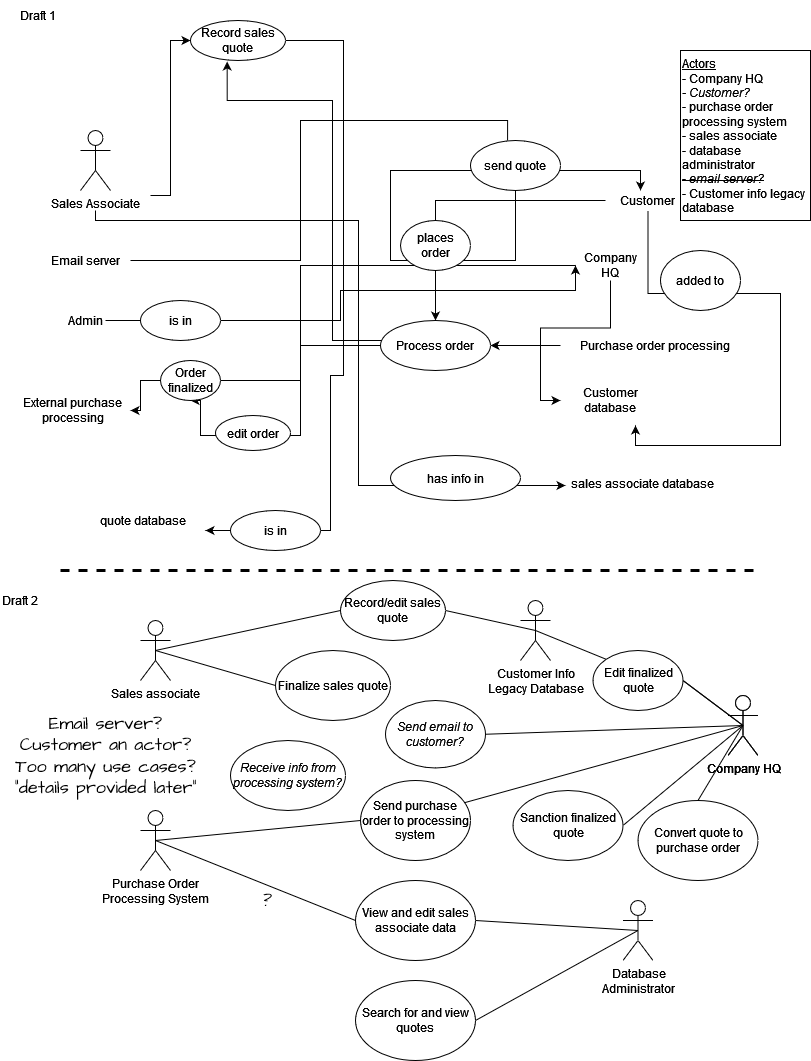
This is Case use Ojas version.drawio.png from ojsi/CSCI467-project, a draw.io export, as it was before one commit. Source tidied: cells renumbered, new cells last; positions are measured from the earlier drawing's top-left corner, leaving out a move shared by most shapes.
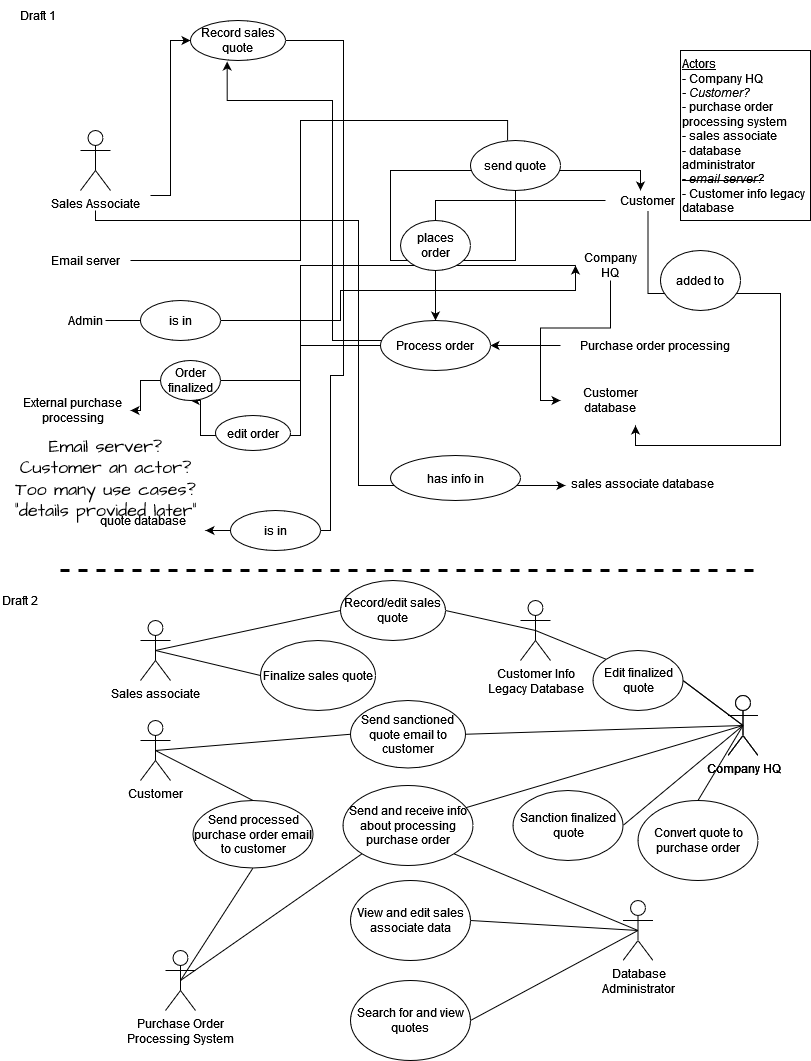
The same file after the commit.

Commit message:
10/5/21 revision of use case model (after office hours call)

The edit, as a diff of the source:
```diff
@@ -183,7 +183,7 @@
       <mxGeometry x="727.5" y="695" width="30" height="60" as="geometry" />
     </mxCell>
     <mxCell id="45" value="&lt;div&gt;Purchase Order&lt;/div&gt;&lt;div&gt;Processing System&lt;br&gt;&lt;/div&gt;" style="shape=umlActor;verticalLabelPosition=bottom;verticalAlign=top;html=1;outlineConnect=0;hachureGap=4;" parent="1" vertex="1">
-      <mxGeometry x="140" y="810" width="30" height="60" as="geometry" />
+      <mxGeometry x="165" y="950" width="30" height="60" as="geometry" />
     </mxCell>
     <mxCell id="46" style="edgeStyle=none;curved=1;rounded=0;jettySize=auto;html=1;exitX=0.5;exitY=0.5;exitDx=0;exitDy=0;exitPerimeter=0;entryX=1;entryY=0.5;entryDx=0;entryDy=0;endArrow=none;endFill=0;startSize=14;endSize=14;sourcePerimeterSpacing=8;targetPerimeterSpacing=8;strokeWidth=1;" parent="1" edge="1" source="47" target="48">
       <mxGeometry relative="1" as="geometry" />
@@ -198,7 +198,7 @@
       <mxGeometry relative="1" as="geometry" />
     </mxCell>
     <mxCell id="50" value="&lt;div&gt;Finalize sales quote&lt;/div&gt;" style="ellipse;whiteSpace=wrap;html=1;hachureGap=4;align=center;verticalAlign=middle;" parent="1" vertex="1">
-      <mxGeometry x="275" y="650" width="115" height="70" as="geometry" />
+      <mxGeometry x="260" y="640" width="115" height="70" as="geometry" />
     </mxCell>
     <mxCell id="51" value="Sanction finalized quote" style="ellipse;whiteSpace=wrap;html=1;hachureGap=4;" parent="1" vertex="1">
       <mxGeometry x="512.5" y="790" width="110" height="70" as="geometry" />
@@ -217,26 +217,23 @@
     <mxCell id="55" style="endArrow=none;html=1;startSize=14;endSize=14;sourcePerimeterSpacing=8;targetPerimeterSpacing=8;exitX=0.5;exitY=0;exitDx=0;exitDy=0;entryX=0.5;entryY=0.5;entryDx=0;entryDy=0;entryPerimeter=0;" parent="1" edge="1" source="54" target="64">
       <mxGeometry relative="1" as="geometry" />
     </mxCell>
-    <mxCell id="56" value="Send email to customer?" style="ellipse;whiteSpace=wrap;html=1;hachureGap=4;fontStyle=2;" parent="1" vertex="1">
-      <mxGeometry x="385" y="700" width="100" height="67.5" as="geometry" />
+    <mxCell id="56" value="Send sanctioned quote email to customer" style="ellipse;whiteSpace=wrap;html=1;hachureGap=4;fontStyle=0;" parent="1" vertex="1">
+      <mxGeometry x="350" y="700" width="115" height="67.5" as="geometry" />
     </mxCell>
-    <mxCell id="57" style="edgeStyle=none;curved=1;rounded=0;jettySize=auto;html=1;exitX=0;exitY=0.5;exitDx=0;exitDy=0;entryX=0.5;entryY=0.5;entryDx=0;entryDy=0;entryPerimeter=0;endArrow=none;endFill=0;startSize=14;endSize=14;sourcePerimeterSpacing=8;targetPerimeterSpacing=8;strokeWidth=1;" parent="1" edge="1" source="58" target="45">
+    <mxCell id="57" style="edgeStyle=none;curved=1;rounded=0;jettySize=auto;html=1;exitX=0;exitY=1;exitDx=0;exitDy=0;endArrow=none;endFill=0;startSize=14;endSize=14;sourcePerimeterSpacing=8;targetPerimeterSpacing=8;strokeWidth=1;entryX=0.5;entryY=0.5;entryDx=0;entryDy=0;entryPerimeter=0;" parent="1" edge="1" source="58" target="45">
       <mxGeometry relative="1" as="geometry" />
     </mxCell>
-    <mxCell id="58" value="Send purchase order to processing system" style="ellipse;whiteSpace=wrap;html=1;hachureGap=4;align=center;verticalAlign=middle;fontStyle=0;" parent="1" vertex="1">
-      <mxGeometry x="360" y="780" width="110" height="80" as="geometry" />
+    <mxCell id="58" value="Send and receive info about processing purchase order" style="ellipse;whiteSpace=wrap;html=1;hachureGap=4;align=center;verticalAlign=middle;fontStyle=0;" parent="1" vertex="1">
+      <mxGeometry x="342.5" y="785" width="130" height="80" as="geometry" />
     </mxCell>
     <mxCell id="59" value="View and edit sales associate data" style="ellipse;whiteSpace=wrap;html=1;hachureGap=4;" parent="1" vertex="1">
-      <mxGeometry x="355" y="880" width="120" height="80" as="geometry" />
+      <mxGeometry x="350" y="880" width="120" height="80" as="geometry" />
     </mxCell>
-    <mxCell id="60" style="endArrow=none;html=1;startSize=14;endSize=14;sourcePerimeterSpacing=8;targetPerimeterSpacing=8;entryX=0.5;entryY=0.5;entryDx=0;entryDy=0;entryPerimeter=0;exitX=0;exitY=0.5;exitDx=0;exitDy=0;" parent="1" edge="1" source="59" target="45">
-      <mxGeometry relative="1" as="geometry" />
-    </mxCell>
     <mxCell id="61" style="endArrow=none;html=1;startSize=14;endSize=14;sourcePerimeterSpacing=8;targetPerimeterSpacing=8;exitX=0.5;exitY=0.5;exitDx=0;exitDy=0;exitPerimeter=0;entryX=1;entryY=0.5;entryDx=0;entryDy=0;" parent="1" edge="1" source="42" target="59">
       <mxGeometry relative="1" as="geometry" />
     </mxCell>
     <mxCell id="62" value="Search for and view quotes" style="ellipse;whiteSpace=wrap;html=1;hachureGap=4;" parent="1" vertex="1">
-      <mxGeometry x="355" y="980" width="120" height="80" as="geometry" />
+      <mxGeometry x="350" y="980" width="120" height="80" as="geometry" />
     </mxCell>
     <mxCell id="63" style="endArrow=none;html=1;startSize=14;endSize=14;sourcePerimeterSpacing=8;targetPerimeterSpacing=8;exitX=0.5;exitY=0.5;exitDx=0;exitDy=0;exitPerimeter=0;entryX=1;entryY=0.5;entryDx=0;entryDy=0;" parent="1" edge="1" source="42" target="62">
       <mxGeometry relative="1" as="geometry" />
@@ -262,14 +259,26 @@
     <mxCell id="70" style="endArrow=none;html=1;startSize=14;endSize=14;sourcePerimeterSpacing=8;targetPerimeterSpacing=8;entryX=0.5;entryY=0.5;entryDx=0;entryDy=0;entryPerimeter=0;exitX=1;exitY=0.5;exitDx=0;exitDy=0;" parent="1" edge="1" source="56" target="64">
       <mxGeometry relative="1" as="geometry" />
     </mxCell>
-    <mxCell id="71" value="Receive info from processing system?" style="ellipse;whiteSpace=wrap;html=1;hachureGap=4;align=center;verticalAlign=middle;fontStyle=2;" parent="1" vertex="1">
-      <mxGeometry x="230" y="740" width="115" height="70" as="geometry" />
-    </mxCell>
-    <mxCell id="72" value="?" style="text;html=1;strokeColor=none;fillColor=none;align=center;verticalAlign=middle;whiteSpace=wrap;rounded=0;sketch=1;hachureGap=4;fontFamily=Architects Daughter;fontSource=https%3A%2F%2Ffonts.googleapis.com%2Fcss%3Ffamily%3DArchitects%2BDaughter;fontSize=18;fontStyle=2;" parent="1" vertex="1">
-      <mxGeometry x="245" y="890" width="40" height="20" as="geometry" />
-    </mxCell>
     <mxCell id="73" value="&lt;div&gt;Email server?&lt;/div&gt;&lt;div&gt;Customer an actor?&lt;/div&gt;&lt;div&gt;Too many use cases?&lt;br&gt;&lt;/div&gt;&lt;div&gt;&quot;details provided later&quot;&lt;br&gt;&lt;/div&gt;" style="text;html=1;align=center;verticalAlign=middle;strokeColor=none;sketch=1;hachureGap=4;fontFamily=Architects Daughter;fontSource=https%3A%2F%2Ffonts.googleapis.com%2Fcss%3Ffamily%3DArchitects%2BDaughter;fontSize=18;rounded=0;fillColor=none;gradientColor=none;" parent="1" vertex="1">
-      <mxGeometry x="5" y="710" width="200" height="90" as="geometry" />
+      <mxGeometry x="5" y="432.5" width="200" height="90" as="geometry" />
     </mxCell>
+    <mxCell id="74" value="Customer" style="shape=umlActor;verticalLabelPosition=bottom;verticalAlign=top;html=1;outlineConnect=0;" parent="1" vertex="1">
+      <mxGeometry x="140" y="720" width="30" height="60" as="geometry" />
+    </mxCell>
+    <mxCell id="75" style="endArrow=none;html=1;rounded=0;exitX=1;exitY=1;exitDx=0;exitDy=0;entryX=0.5;entryY=0.5;entryDx=0;entryDy=0;entryPerimeter=0;" parent="1" edge="1" source="58" target="42">
+      <mxGeometry relative="1" as="geometry" />
+    </mxCell>
+    <mxCell id="76" style="endArrow=none;html=1;rounded=0;entryX=0;entryY=0.5;entryDx=0;entryDy=0;exitX=0.5;exitY=0.5;exitDx=0;exitDy=0;exitPerimeter=0;" parent="1" edge="1" source="74" target="56">
+      <mxGeometry relative="1" as="geometry" />
+    </mxCell>
+    <mxCell id="77" style="edgeStyle=none;jettySize=auto;html=1;exitX=0.5;exitY=0;exitDx=0;exitDy=0;entryX=0.5;entryY=0.5;entryDx=0;entryDy=0;entryPerimeter=0;endArrow=none;startSize=14;endSize=14;sourcePerimeterSpacing=8;targetPerimeterSpacing=8;" parent="1" edge="1" source="78" target="74">
+      <mxGeometry relative="1" as="geometry" />
+    </mxCell>
+    <mxCell id="78" value="Send processed purchase order email to customer" style="ellipse;whiteSpace=wrap;html=1;hachureGap=4;fontStyle=0;" parent="1" vertex="1">
+      <mxGeometry x="192.5" y="800" width="120" height="67.5" as="geometry" />
+    </mxCell>
+    <mxCell id="79" style="endArrow=none;html=1;startSize=14;endSize=14;sourcePerimeterSpacing=8;targetPerimeterSpacing=8;entryX=0.5;entryY=1;entryDx=0;entryDy=0;exitX=0.5;exitY=0.5;exitDx=0;exitDy=0;exitPerimeter=0;" parent="1" edge="1" source="45" target="78">
+      <mxGeometry relative="1" as="geometry" />
+    </mxCell>
   </root>
 </mxGraphModel>
```
